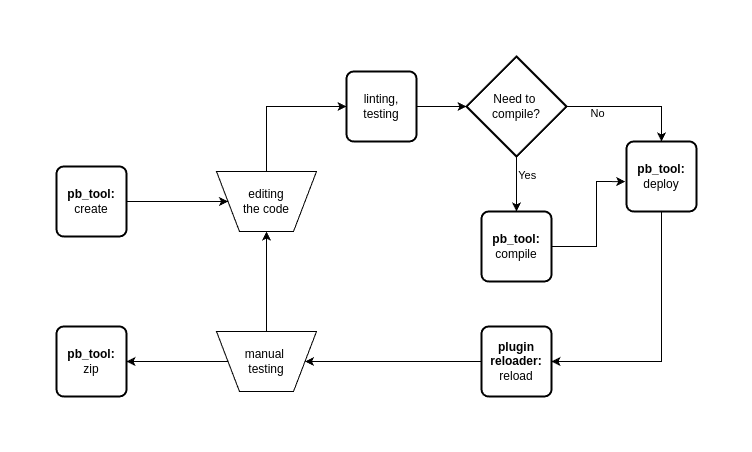
Above: _doc_/other/pc_dev_flowchart.drawio.png in ThomasFarmer/PotreeCraft (draw.io), before the change. Source tidied: cells renumbered, new cells last; positions are measured from the earlier drawing's top-left corner, leaving out a move shared by most shapes.
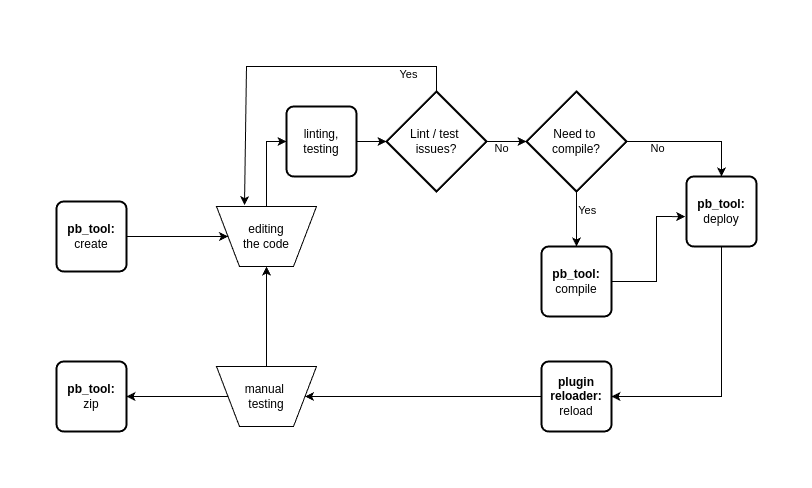
After the commit.

What changed in the source:
```diff
@@ -9,19 +9,19 @@
       <mxGeometry x="160" y="115" width="100" height="60" as="geometry" />
     </mxCell>
     <mxCell id="4" value="linting,&lt;div&gt;testing&lt;/div&gt;" style="rounded=1;whiteSpace=wrap;html=1;absoluteArcSize=1;arcSize=14;strokeWidth=2;" parent="1" vertex="1">
-      <mxGeometry x="290" y="15" width="70" height="70" as="geometry" />
+      <mxGeometry x="230" y="15" width="70" height="70" as="geometry" />
     </mxCell>
     <mxCell id="5" value="Need to&amp;nbsp;&lt;div&gt;compile?&lt;/div&gt;" style="strokeWidth=2;html=1;shape=mxgraph.flowchart.decision;whiteSpace=wrap;" parent="1" vertex="1">
-      <mxGeometry x="410" width="100" height="100" as="geometry" />
+      <mxGeometry x="470" width="100" height="100" as="geometry" />
     </mxCell>
     <mxCell id="6" value="&lt;b&gt;pb_tool:&lt;/b&gt;&lt;div&gt;compile&lt;/div&gt;" style="rounded=1;whiteSpace=wrap;html=1;absoluteArcSize=1;arcSize=14;strokeWidth=2;" parent="1" vertex="1">
-      <mxGeometry x="425" y="155" width="70" height="70" as="geometry" />
+      <mxGeometry x="485" y="155" width="70" height="70" as="geometry" />
     </mxCell>
     <mxCell id="7" value="&lt;b&gt;pb_tool:&lt;/b&gt;&lt;div&gt;deploy&lt;/div&gt;" style="rounded=1;whiteSpace=wrap;html=1;absoluteArcSize=1;arcSize=14;strokeWidth=2;" parent="1" vertex="1">
-      <mxGeometry x="570" y="85" width="70" height="70" as="geometry" />
+      <mxGeometry x="630" y="85" width="70" height="70" as="geometry" />
     </mxCell>
     <mxCell id="8" value="&lt;b&gt;plugin reloader:&lt;/b&gt;&lt;div&gt;reload&lt;/div&gt;" style="rounded=1;whiteSpace=wrap;html=1;absoluteArcSize=1;arcSize=14;strokeWidth=2;" parent="1" vertex="1">
-      <mxGeometry x="425" y="270" width="70" height="70" as="geometry" />
+      <mxGeometry x="485" y="270" width="70" height="70" as="geometry" />
     </mxCell>
     <mxCell id="9" value="manual&amp;nbsp;&lt;div&gt;testing&lt;/div&gt;" style="verticalLabelPosition=middle;verticalAlign=middle;html=1;shape=trapezoid;perimeter=trapezoidPerimeter;whiteSpace=wrap;size=0.23;arcSize=10;flipV=1;labelPosition=center;align=center;" parent="1" vertex="1">
       <mxGeometry x="160" y="275" width="100" height="60" as="geometry" />
@@ -39,7 +39,7 @@
         </Array>
       </mxGeometry>
     </mxCell>
-    <mxCell id="13" style="endArrow=classic;html=1;rounded=0;exitX=1;exitY=0.5;exitDx=0;exitDy=0;" parent="1" edge="1" source="4" target="5">
+    <mxCell id="13" style="endArrow=classic;html=1;rounded=0;exitX=1;exitY=0.5;exitDx=0;exitDy=0;entryX=0;entryY=0.5;entryDx=0;entryDy=0;entryPerimeter=0;" parent="1" edge="1" source="4" target="25">
       <mxGeometry relative="1" as="geometry" />
     </mxCell>
     <mxCell id="14" style="endArrow=classic;html=1;rounded=0;exitX=0.5;exitY=1;exitDx=0;exitDy=0;exitPerimeter=0;entryX=0.5;entryY=0;entryDx=0;entryDy=0;" parent="1" edge="1" source="5" target="6">
@@ -51,7 +51,7 @@
     <mxCell id="16" style="endArrow=classic;html=1;rounded=0;exitX=1;exitY=0.5;exitDx=0;exitDy=0;exitPerimeter=0;" parent="1" edge="1" source="5" target="7">
       <mxGeometry relative="1" as="geometry">
         <Array as="points">
-          <mxPoint x="605" y="50" />
+          <mxPoint x="665" y="50" />
         </Array>
       </mxGeometry>
     </mxCell>
@@ -61,15 +61,15 @@
     <mxCell id="18" style="endArrow=classic;html=1;rounded=0;exitX=1;exitY=0.5;exitDx=0;exitDy=0;entryX=-0.018;entryY=0.573;entryDx=0;entryDy=0;entryPerimeter=0;" parent="1" edge="1" source="6" target="7">
       <mxGeometry relative="1" as="geometry">
         <Array as="points">
-          <mxPoint x="540" y="190" />
-          <mxPoint x="540" y="125" />
+          <mxPoint x="600" y="190" />
+          <mxPoint x="600" y="125" />
         </Array>
       </mxGeometry>
     </mxCell>
     <mxCell id="19" style="endArrow=classic;html=1;rounded=0;exitX=0.5;exitY=1;exitDx=0;exitDy=0;entryX=1;entryY=0.5;entryDx=0;entryDy=0;" parent="1" edge="1" source="7" target="8">
       <mxGeometry relative="1" as="geometry">
         <Array as="points">
-          <mxPoint x="605" y="305" />
+          <mxPoint x="665" y="305" />
         </Array>
       </mxGeometry>
     </mxCell>
@@ -82,5 +82,27 @@
     <mxCell id="22" style="endArrow=classic;html=1;rounded=0;exitX=0.5;exitY=0;exitDx=0;exitDy=0;entryX=0.5;entryY=1;entryDx=0;entryDy=0;" parent="1" edge="1" source="9" target="3">
       <mxGeometry relative="1" as="geometry" />
     </mxCell>
+    <mxCell id="23" style="edgeStyle=orthogonalEdgeStyle;rounded=0;jettySize=auto;html=1;" parent="1" edge="1" source="25" target="5">
+      <mxGeometry relative="1" as="geometry" />
+    </mxCell>
+    <mxCell id="24" value="&lt;div&gt;&lt;br&gt;&lt;/div&gt;No" style="edgeLabel;html=1;align=center;verticalAlign=middle;labelBackgroundColor=none;" parent="23" vertex="1">
+      <mxGeometry x="-0.66" y="-3" relative="1" as="geometry">
+        <mxPoint x="8" y="-3" as="offset" />
+      </mxGeometry>
+    </mxCell>
+    <mxCell id="25" value="Lint / test&amp;nbsp;&lt;div&gt;issues?&lt;/div&gt;" style="strokeWidth=2;html=1;shape=mxgraph.flowchart.decision;whiteSpace=wrap;" parent="1" vertex="1">
+      <mxGeometry x="330" width="100" height="100" as="geometry" />
+    </mxCell>
+    <mxCell id="26" style="endArrow=classic;html=1;rounded=0;entryX=0.28;entryY=1.022;entryDx=0;entryDy=0;entryPerimeter=0;exitX=0.5;exitY=0;exitDx=0;exitDy=0;exitPerimeter=0;" parent="1" edge="1" source="25" target="3">
+      <mxGeometry relative="1" as="geometry">
+        <Array as="points">
+          <mxPoint x="380" y="-25" />
+          <mxPoint x="190" y="-25" />
+        </Array>
+      </mxGeometry>
+    </mxCell>
+    <mxCell id="27" value="&lt;div&gt;&lt;br&gt;&lt;/div&gt;Yes" style="edgeLabel;html=1;align=center;verticalAlign=middle;labelBackgroundColor=none;" parent="26" vertex="1">
+      <mxGeometry x="-0.69" y="1" relative="1" as="geometry" />
+    </mxCell>
   </root>
 </mxGraphModel>
```
